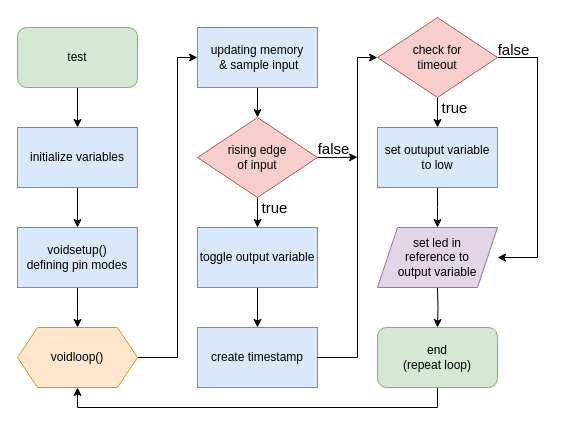
The draw.io diagram microcontroller_lab/task2/draft.drawio in leandroebner/rwu, before the edit. Source tidied: cells renumbered, new cells numbered last; positions are measured from the earlier drawing's top-left corner, leaving out a move shared by most shapes. Both pictures are drawn from the tidied source at 100%, with x=0, y=0 at pixel (17, 17).
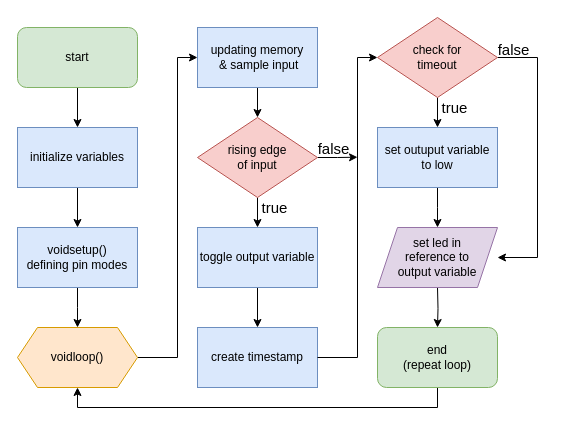
The same diagram, later.

Change to the diagram source:
```diff
@@
-    <mxCell id="3" value="test" style="rounded=1;whiteSpace=wrap;html=1;fillColor=#d5e8d4;strokeColor=#82b366;" parent="1" vertex="1">
+    <mxCell id="3" value="start" style="rounded=1;whiteSpace=wrap;html=1;fillColor=#d5e8d4;strokeColor=#82b366;" parent="1" vertex="1">
       <mxGeometry y="10" width="120" height="60" as="geometry" />
     </mxCell>
```
